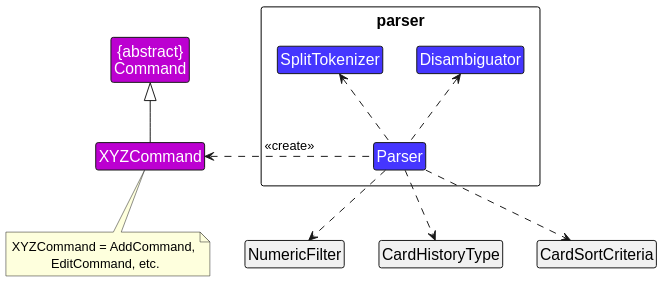
The PlantUML diagram docs/images/ParserClassDiagram.svg in HX2003/tp, before a commit.
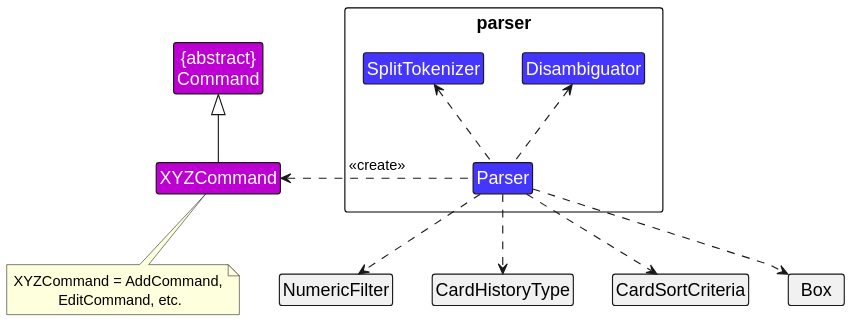
The same diagram one commit later.

The edit, as a diff of the source:
```diff
@@ -8,6 +8,7 @@
 class NumericFilter
 class CardHistoryType
 class CardSortCriteria
+class Box
 
 package parser {
     class Parser PARSER_COLOR_PRIMARY
@@ -27,7 +28,7 @@
 Parser ..> NumericFilter
 Parser ..> CardSortCriteria
 Parser ..> CardHistoryType
-
+Parser ..> Box
 
 "{abstract}\nCommand" <|-- XYZCommand
 @enduml
```
